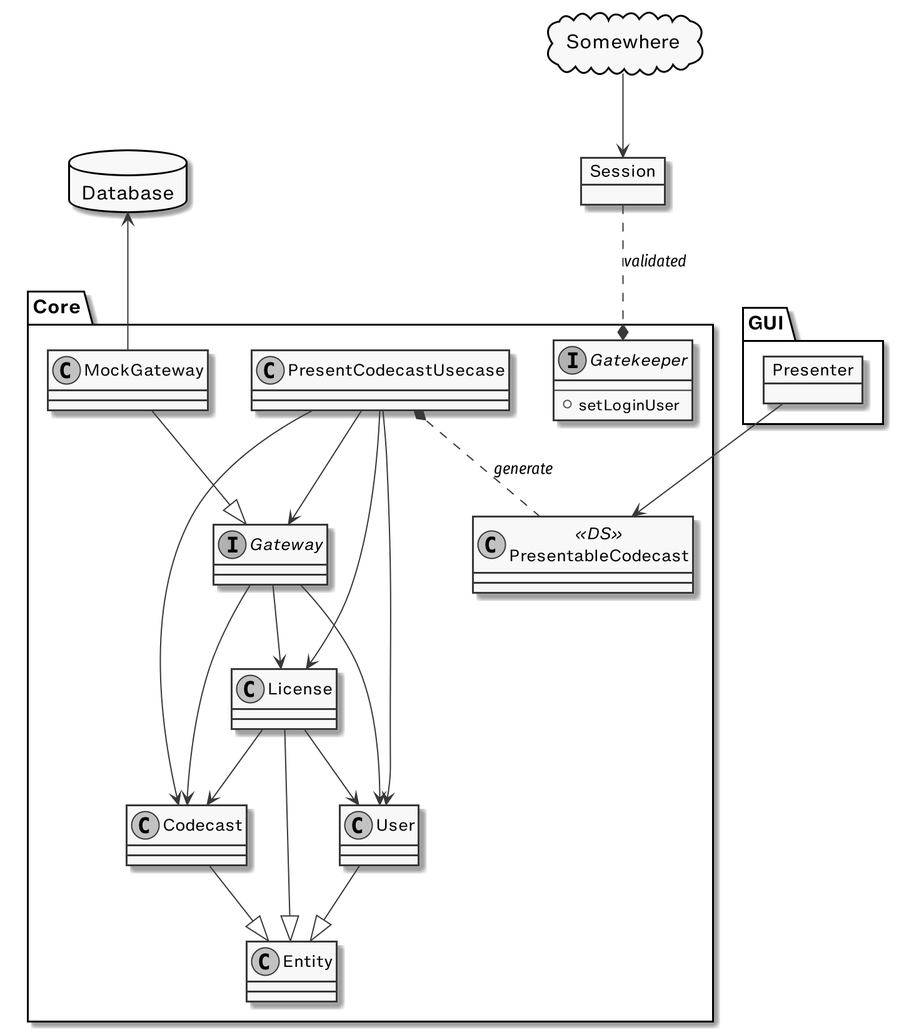
Before: _docs/schema.png, a diagram exported from PlantUML (sundaycrafts/study-cleancoders-java-case-study).
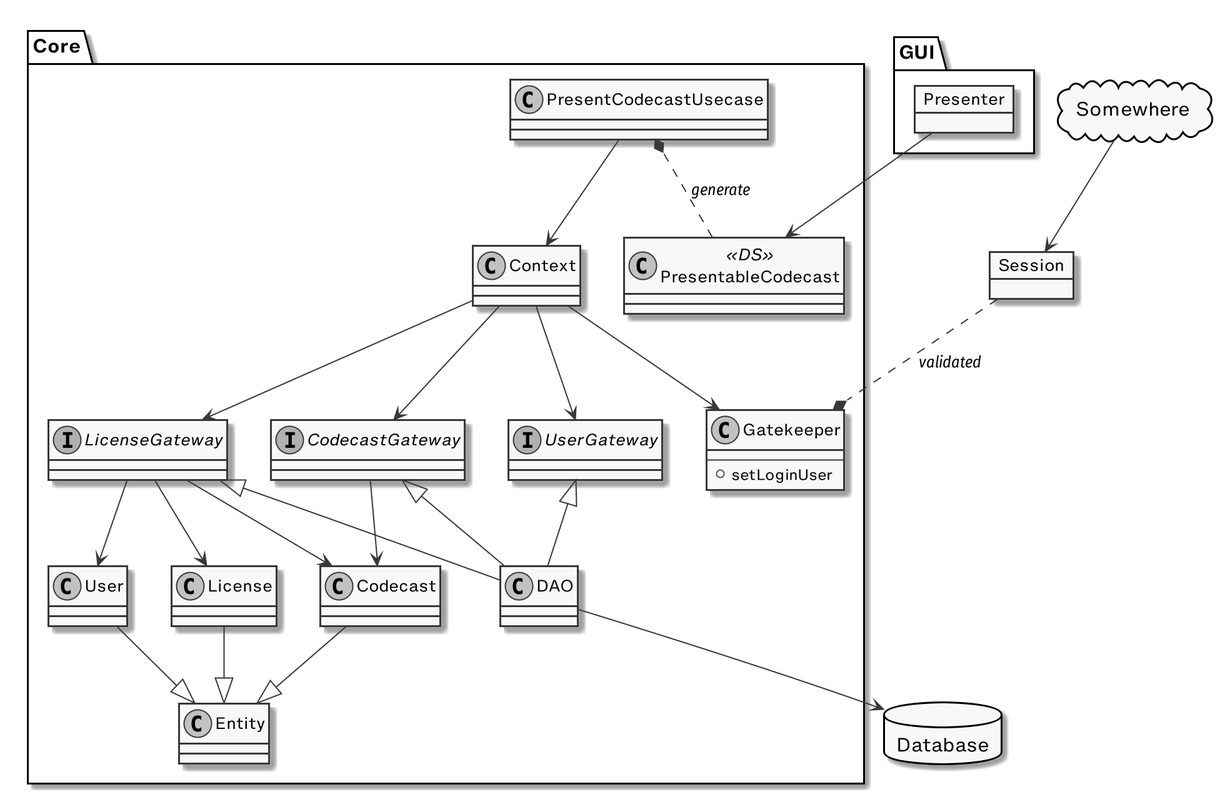
After the commit.

What changed in the source:
```diff
@@ -11,27 +11,32 @@
   class User
   class Codecast
   class License
-  interface Gateway
-  class MockGateway
+  interface CodecastGateway
+  interface LicenseGateway
+  interface UserGateway
+  class DAO
+  class Context
   class PresentableCodecast <<DS>>
   class PresentCodecastUsecase
-  interface Gatekeeper {
+  class Gatekeeper {
     ---
     + setLoginUser
   }
 }
 
-Database <-- MockGateway
-PresentCodecastUsecase --> Codecast
-PresentCodecastUsecase --> License
-PresentCodecastUsecase --> Gateway
-PresentCodecastUsecase --> User
-Gateway --> Codecast
-Gateway --> License
-Gateway --> User
-License --> Codecast
-License --> User
-MockGateway --|> Gateway
+PresentCodecastUsecase --> Context
+Context --> UserGateway
+Context --> LicenseGateway
+Context --> CodecastGateway
+Context --> Gatekeeper
+LicenseGateway <|-- DAO
+CodecastGateway <|-- DAO
+UserGateway <|-- DAO
+LicenseGateway --> Codecast
+LicenseGateway --> License
+LicenseGateway --> User
+CodecastGateway --> Codecast
+DAO --> Database
 User --|> Entity
 License --|> Entity
 Codecast --|> Entity
```
